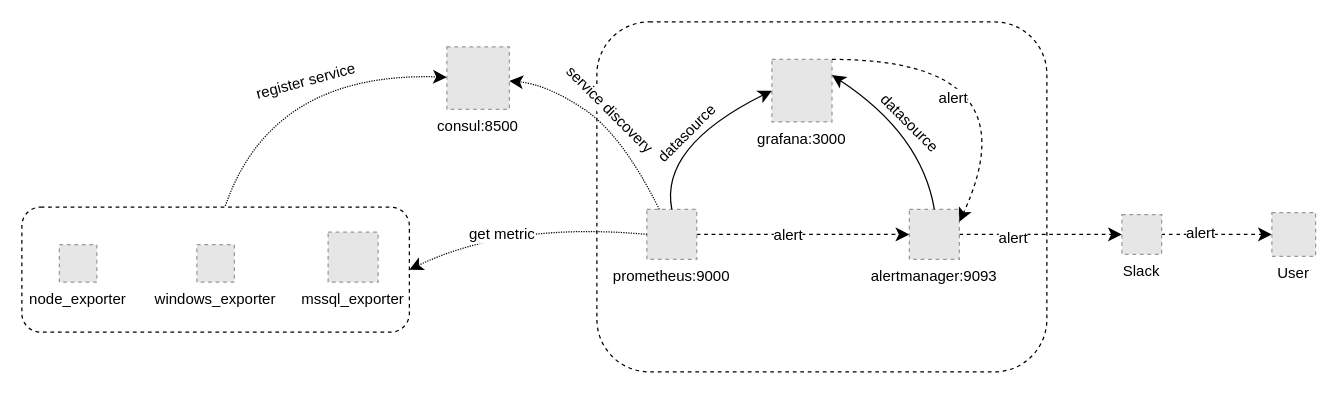
Before: monitoring-system.drawio in khinhvuphiduong/diagrams.net, a draw.io diagram. Source tidied: cells renumbered, new cells numbered last; positions are measured from the earlier drawing's top-left corner, leaving out a move shared by most shapes. Both pictures are drawn from the tidied source at 125%, with x=0, y=0 at pixel (21, 21). Pictures stored in the file or linked from it are replaced by grey dashed boxes.
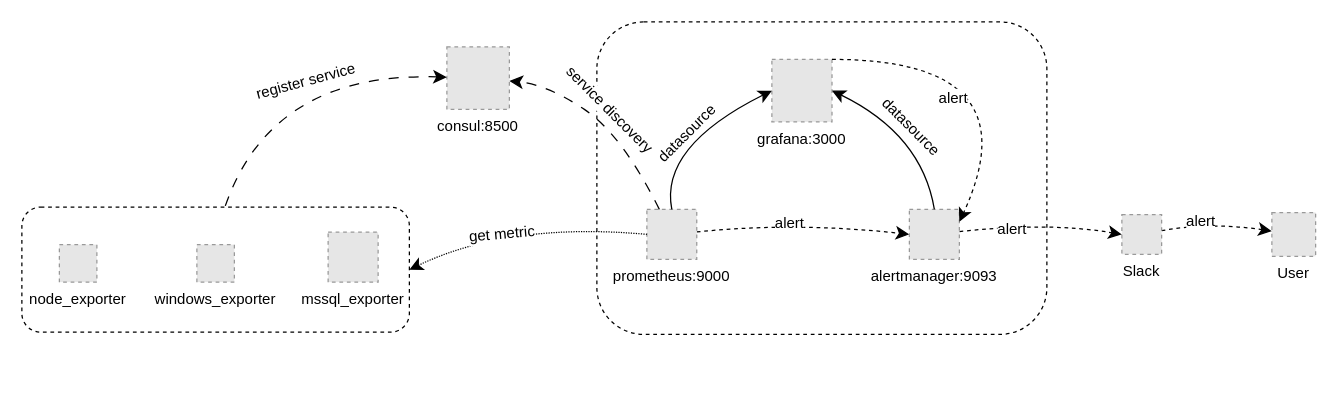
The same diagram, later.

Unchanged cells that the change refers to:
```xml
<mxCell id="3" value="grafana:3000" style="fillColor=#E6E6E6;strokeColor=#999999;dashed=1;verticalLabelPosition=bottom;labelBackgroundColor=default;verticalAlign=top;" parent="1" vertex="1">
  <mxGeometry x="600" y="30" width="48.1" height="50" as="geometry" />
</mxCell>
<mxCell id="6" value="prometheus:9000" style="fillColor=#E6E6E6;strokeColor=#999999;dashed=1;verticalLabelPosition=bottom;labelBackgroundColor=default;verticalAlign=top;" parent="1" vertex="1">
  <mxGeometry x="500" y="150" width="39.9" height="40" as="geometry" />
</mxCell>
<mxCell id="9" value="Slack" style="fillColor=#E6E6E6;strokeColor=#999999;dashed=1;verticalLabelPosition=bottom;labelBackgroundColor=default;verticalAlign=top;" parent="1" vertex="1">
  <mxGeometry x="880" y="154.1" width="31.8" height="31.8" as="geometry" />
</mxCell>
<mxCell id="10" value="User" style="fillColor=#E6E6E6;strokeColor=#999999;dashed=1;verticalLabelPosition=bottom;labelBackgroundColor=default;verticalAlign=top;" parent="1" vertex="1">
  <mxGeometry x="1000" y="152.5" width="35" height="35" as="geometry" />
</mxCell>
<mxCell id="13" value="alertmanager:9093" style="fillColor=#E6E6E6;strokeColor=#999999;dashed=1;verticalLabelPosition=bottom;labelBackgroundColor=default;verticalAlign=top;" parent="1" vertex="1">
  <mxGeometry x="710" y="150" width="40" height="40" as="geometry" />
</mxCell>
<mxCell id="20" style="curved=1;endArrow=none;html=1;rounded=0;fontSize=12;startSize=8;endSize=8;entryX=0;entryY=0.5;entryDx=0;entryDy=0;exitX=1;exitY=0.5;exitDx=0;exitDy=0;dashed=1;dashPattern=1 1;endFill=0;startArrow=classic;startFill=1;" parent="1" edge="1" source="27" target="6">
  <mxGeometry relative="1" as="geometry">
    <Array as="points">
      <mxPoint x="390" y="160" />
    </Array>
  </mxGeometry>
</mxCell>
<mxCell id="22" value="consul:8500" style="fillColor=#E6E6E6;strokeColor=#999999;dashed=1;verticalLabelPosition=bottom;labelBackgroundColor=default;verticalAlign=top;fontStyle=0;" parent="1" vertex="1">
  <mxGeometry x="340" y="20" width="50" height="50" as="geometry" />
</mxCell>
<mxCell id="27" style="rounded=1;whiteSpace=wrap;html=1;fillColor=none;dashed=1;" parent="1" vertex="1">
  <mxGeometry y="148.2" width="310" height="100" as="geometry" />
</mxCell>
```

What changed in the source:
```diff
@@
     <mxCell id="2" style="rounded=1;whiteSpace=wrap;html=1;dashed=1;fillColor=none;" parent="1" vertex="1">
-      <mxGeometry x="460" width="360" height="280" as="geometry" />
+      <mxGeometry x="460" width="360" height="250" as="geometry" />
     </mxCell>
@@
     <mxCell id="4" style="edgeStyle=none;curved=1;rounded=0;jettySize=auto;html=1;entryX=0;entryY=0.5;entryDx=0;entryDy=0;fontSize=12;startSize=8;endSize=8;dashed=1;" parent="1" edge="1" source="6" target="13">
-      <mxGeometry relative="1" as="geometry" />
+      <mxGeometry relative="1" as="geometry">
+        <Array as="points">
+          <mxPoint x="620" y="160" />
+        </Array>
+      </mxGeometry>
     </mxCell>
@@
     <mxCell id="7" style="edgeStyle=none;curved=1;rounded=0;jettySize=auto;html=1;fontSize=12;startSize=8;endSize=8;dashed=1;" parent="1" edge="1" source="9" target="10">
-      <mxGeometry relative="1" as="geometry" />
+      <mxGeometry relative="1" as="geometry">
+        <Array as="points">
+          <mxPoint x="950" y="160" />
+        </Array>
+      </mxGeometry>
     </mxCell>
@@
     <mxCell id="11" style="edgeStyle=none;curved=1;rounded=0;jettySize=auto;html=1;entryX=0;entryY=0.5;entryDx=0;entryDy=0;fontSize=12;startSize=8;endSize=8;dashed=1;" parent="1" edge="1" source="13" target="9">
-      <mxGeometry relative="1" as="geometry" />
+      <mxGeometry relative="1" as="geometry">
+        <Array as="points">
+          <mxPoint x="820" y="160" />
+        </Array>
+      </mxGeometry>
     </mxCell>
@@
-    <mxCell id="16" style="curved=1;endArrow=classic;html=1;rounded=0;fontSize=12;startSize=8;endSize=8;exitX=0.5;exitY=0;exitDx=0;exitDy=0;entryX=1;entryY=0.25;entryDx=0;entryDy=0;" parent="1" edge="1" source="13" target="3">
+    <mxCell id="16" style="curved=1;endArrow=classic;html=1;rounded=0;fontSize=12;startSize=8;endSize=8;exitX=0.5;exitY=0;exitDx=0;exitDy=0;entryX=1;entryY=0.5;entryDx=0;entryDy=0;" parent="1" edge="1" source="13" target="3">
       <mxGeometry relative="1" as="geometry">
         <Array as="points">
           <mxPoint x="720" y="90" />
         </Array>
       </mxGeometry>
     </mxCell>
@@
-    <mxCell id="21" value="get metric" style="edgeLabel;html=1;align=center;verticalAlign=middle;fontSize=12;" parent="20" vertex="1">
+    <mxCell id="21" value="get metric" style="edgeLabel;html=1;align=center;verticalAlign=middle;fontSize=12;rotation=-5;" parent="20" vertex="1">
       <mxGeometry x="-0.21" y="-6" relative="1" as="geometry" />
     </mxCell>
@@
-    <mxCell id="23" style="curved=1;endArrow=classic;html=1;rounded=0;fontSize=12;startSize=8;endSize=8;exitX=0.525;exitY=-0.01;exitDx=0;exitDy=0;exitPerimeter=0;dashed=1;dashPattern=1 1;" parent="1" edge="1" source="27" target="22">
+    <mxCell id="23" style="curved=1;endArrow=classic;html=1;rounded=0;fontSize=12;startSize=8;endSize=8;exitX=0.525;exitY=-0.01;exitDx=0;exitDy=0;exitPerimeter=0;dashed=1;dashPattern=8 8;" parent="1" edge="1" source="27" target="22">
       <mxGeometry relative="1" as="geometry">
         <Array as="points">
           <mxPoint x="200" y="40" />
         </Array>
       </mxGeometry>
     </mxCell>
@@
-    <mxCell id="25" style="curved=1;endArrow=classic;html=1;rounded=0;fontSize=12;startSize=8;endSize=8;exitX=0.25;exitY=0;exitDx=0;exitDy=0;dashed=1;dashPattern=1 1;" parent="1" edge="1" source="6" target="22">
+    <mxCell id="25" style="curved=1;endArrow=classic;html=1;rounded=0;fontSize=12;startSize=8;endSize=8;exitX=0.25;exitY=0;exitDx=0;exitDy=0;dashed=1;dashPattern=8 8;" parent="1" edge="1" source="6" target="22">
       <mxGeometry relative="1" as="geometry">
         <Array as="points">
           <mxPoint x="480" y="90" />
           <mxPoint x="420" y="50" />
         </Array>
       </mxGeometry>
     </mxCell>
```
